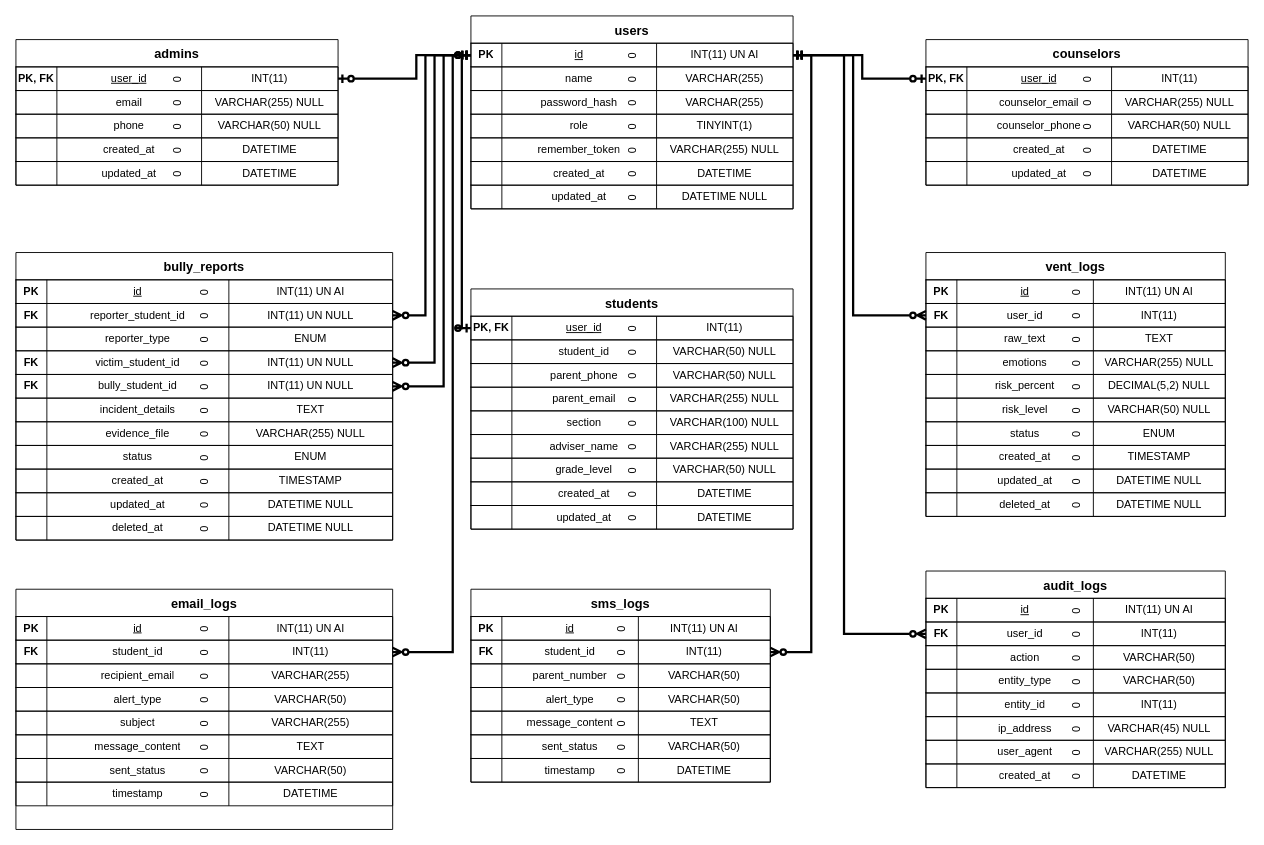
Before: docs/erd_diagram.drawio in CrayCray3000/StudentShield-SoftwareEngineering, a draw.io diagram. Source tidied: cells renumbered, new cells numbered last; positions are measured from the earlier drawing's top-left corner, leaving out a move shared by most shapes. Both pictures are drawn from the tidied source at 91%, with x=0, y=0 at pixel (15, 15).
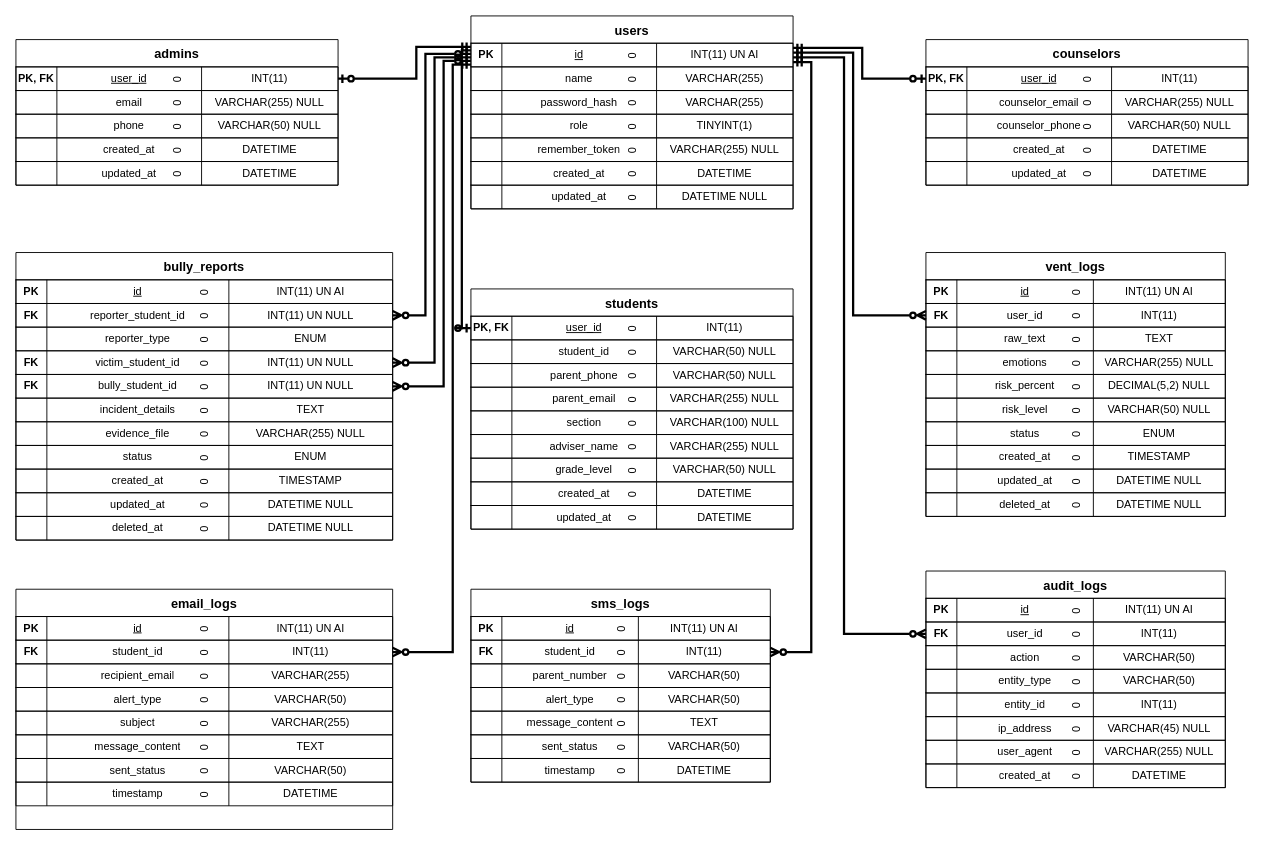
Above is the later version.

The change refers to these unchanged cells:
```xml
<mxCell id="3" value="0" style="shape=tableRow;horizontal=0;startSize=0;swimlaneHead=0;swimlaneBody=0;fillColor=none;points=[[0,0.5],[1,0.5]];portConstraint=eastwest;fontSize=12;strokeColor=inherit;" parent="2" vertex="1">
  <mxGeometry y="30" width="354" height="26" as="geometry" />
</mxCell>
<mxCell id="32" value="0" style="shape=tableRow;horizontal=0;startSize=0;swimlaneHead=0;swimlaneBody=0;fillColor=none;points=[[0,0.5],[1,0.5]];portConstraint=eastwest;fontSize=12;strokeColor=inherit;" parent="31" vertex="1">
  <mxGeometry y="30" width="354" height="26" as="geometry" />
</mxCell>
<mxCell id="69" value="0" style="shape=tableRow;horizontal=0;startSize=0;swimlaneHead=0;swimlaneBody=0;fillColor=none;points=[[0,0.5],[1,0.5]];portConstraint=eastwest;fontSize=12;strokeColor=inherit;" parent="68" vertex="1">
  <mxGeometry y="30" width="354" height="26" as="geometry" />
</mxCell>
<mxCell id="90" value="0" style="shape=tableRow;horizontal=0;startSize=0;swimlaneHead=0;swimlaneBody=0;fillColor=none;points=[[0,0.5],[1,0.5]];portConstraint=eastwest;fontSize=12;strokeColor=inherit;" parent="89" vertex="1">
  <mxGeometry y="30" width="354" height="26" as="geometry" />
</mxCell>
<mxCell id="115" value="0" style="shape=tableRow;horizontal=0;startSize=0;swimlaneHead=0;swimlaneBody=0;fillColor=none;points=[[0,0.5],[1,0.5]];portConstraint=eastwest;fontSize=12;strokeColor=inherit;" parent="110" vertex="1">
  <mxGeometry y="56" width="329" height="26" as="geometry" />
</mxCell>
<mxCell id="156" value="0" style="shape=tableRow;horizontal=0;startSize=0;swimlaneHead=0;swimlaneBody=0;fillColor=none;points=[[0,0.5],[1,0.5]];portConstraint=eastwest;fontSize=12;strokeColor=inherit;" parent="151" vertex="1">
  <mxGeometry y="56" width="329" height="26" as="geometry" />
</mxCell>
<mxCell id="189" value="0" style="shape=tableRow;horizontal=0;startSize=0;swimlaneHead=0;swimlaneBody=0;fillColor=none;points=[[0,0.5],[1,0.5]];portConstraint=eastwest;fontSize=12;strokeColor=inherit;" parent="184" vertex="1">
  <mxGeometry y="56" width="329" height="26" as="geometry" />
</mxCell>
<mxCell id="218" value="0" style="shape=tableRow;horizontal=0;startSize=0;swimlaneHead=0;swimlaneBody=0;fillColor=none;points=[[0,0.5],[1,0.5]];portConstraint=eastwest;fontSize=12;strokeColor=inherit;" parent="213" vertex="1">
  <mxGeometry y="56" width="414" height="26" as="geometry" />
</mxCell>
<mxCell id="226" value="0" style="shape=tableRow;horizontal=0;startSize=0;swimlaneHead=0;swimlaneBody=0;fillColor=none;points=[[0,0.5],[1,0.5]];portConstraint=eastwest;fontSize=12;strokeColor=inherit;" parent="213" vertex="1">
  <mxGeometry y="108" width="414" height="26" as="geometry" />
</mxCell>
<mxCell id="230" value="0" style="shape=tableRow;horizontal=0;startSize=0;swimlaneHead=0;swimlaneBody=0;fillColor=none;points=[[0,0.5],[1,0.5]];portConstraint=eastwest;fontSize=12;strokeColor=inherit;" parent="213" vertex="1">
  <mxGeometry y="134" width="414" height="26" as="geometry" />
</mxCell>
<mxCell id="263" value="0" style="shape=tableRow;horizontal=0;startSize=0;swimlaneHead=0;swimlaneBody=0;fillColor=none;points=[[0,0.5],[1,0.5]];portConstraint=eastwest;fontSize=12;strokeColor=inherit;" parent="258" vertex="1">
  <mxGeometry y="56" width="414" height="26" as="geometry" />
</mxCell>
```

The edit, as a diff of the source:
```diff
@@
-    <mxCell id="291" style="edgeStyle=orthogonalEdgeStyle;rounded=0;jettySize=auto;html=1;endArrow=ERzeroToOne;endFill=0;startArrow=ERmandOne;startFill=0;strokeColor=#000000;strokeWidth=2.5;exitX=0;exitY=0.5;exitDx=0;exitDy=0;exitPerimeter=0;entryX=0;entryY=0.5;entryDx=0;entryDy=0;entryPerimeter=0;" parent="1" edge="1" source="3" target="32">
+    <mxCell id="291" style="edgeStyle=orthogonalEdgeStyle;rounded=0;jettySize=auto;html=1;endArrow=ERzeroToOne;endFill=0;startArrow=ERmandOne;startFill=0;strokeColor=#000000;strokeWidth=2.5;exitX=0;exitY=0.3;exitDx=0;exitDy=0;exitPerimeter=0;entryX=0;entryY=0.5;entryDx=0;entryDy=0;entryPerimeter=0;" parent="1" edge="1" source="3" target="32">
       <mxGeometry relative="1" as="geometry">
         <Array as="points">
-          <mxPoint x="490" y="43" />
+          <mxPoint x="490" y="38" />
           <mxPoint x="490" y="343" />
         </Array>
       </mxGeometry>
     </mxCell>
-    <mxCell id="292" style="edgeStyle=orthogonalEdgeStyle;rounded=0;jettySize=auto;html=1;endArrow=ERzeroToOne;endFill=0;startArrow=ERmandOne;startFill=0;strokeColor=#000000;strokeWidth=2.5;exitX=1;exitY=0.5;exitDx=0;exitDy=0;exitPerimeter=0;entryX=0;entryY=0.5;entryDx=0;entryDy=0;entryPerimeter=0;" parent="1" edge="1" source="3" target="69">
+    <mxCell id="292" style="edgeStyle=orthogonalEdgeStyle;rounded=0;jettySize=auto;html=1;endArrow=ERzeroToOne;endFill=0;startArrow=ERmandOne;startFill=0;strokeColor=#000000;strokeWidth=2.5;exitX=1;exitY=0.2;exitDx=0;exitDy=0;exitPerimeter=0;entryX=0;entryY=0.5;entryDx=0;entryDy=0;entryPerimeter=0;" parent="1" edge="1" source="3" target="69">
       <mxGeometry relative="1" as="geometry">
         <Array as="points">
-          <mxPoint x="930" y="43" />
+          <mxPoint x="930" y="35" />
           <mxPoint x="930" y="69" />
         </Array>
       </mxGeometry>
     </mxCell>
-    <mxCell id="293" style="edgeStyle=orthogonalEdgeStyle;rounded=0;jettySize=auto;html=1;endArrow=ERzeroToOne;endFill=0;startArrow=ERmandOne;startFill=0;strokeColor=#000000;strokeWidth=2.5;exitX=0;exitY=0.5;exitDx=0;exitDy=0;exitPerimeter=0;entryX=1;entryY=0.5;entryDx=0;entryDy=0;entryPerimeter=0;" parent="1" edge="1" source="3" target="90">
+    <mxCell id="293" style="edgeStyle=orthogonalEdgeStyle;rounded=0;jettySize=auto;html=1;endArrow=ERzeroToOne;endFill=0;startArrow=ERmandOne;startFill=0;strokeColor=#000000;strokeWidth=2.5;exitX=0;exitY=0.15;exitDx=0;exitDy=0;exitPerimeter=0;entryX=1;entryY=0.5;entryDx=0;entryDy=0;entryPerimeter=0;" parent="1" edge="1" source="3" target="90">
       <mxGeometry relative="1" as="geometry">
         <Array as="points">
-          <mxPoint x="440" y="43" />
+          <mxPoint x="440" y="34" />
           <mxPoint x="440" y="69" />
         </Array>
       </mxGeometry>
     </mxCell>
-    <mxCell id="294" style="edgeStyle=orthogonalEdgeStyle;rounded=0;jettySize=auto;html=1;endArrow=ERzeroToMany;endFill=0;startArrow=ERmandOne;startFill=0;strokeColor=#000000;strokeWidth=2.5;exitX=1;exitY=0.5;exitDx=0;exitDy=0;exitPerimeter=0;entryX=0;entryY=0.5;entryDx=0;entryDy=0;entryPerimeter=0;" parent="1" edge="1" source="3" target="115">
+    <mxCell id="294" style="edgeStyle=orthogonalEdgeStyle;rounded=0;jettySize=auto;html=1;endArrow=ERzeroToMany;endFill=0;startArrow=ERmandOne;startFill=0;strokeColor=#000000;strokeWidth=2.5;exitX=1;exitY=0.4;exitDx=0;exitDy=0;exitPerimeter=0;entryX=0;entryY=0.5;entryDx=0;entryDy=0;entryPerimeter=0;" parent="1" edge="1" source="3" target="115">
       <mxGeometry relative="1" as="geometry">
         <Array as="points">
-          <mxPoint x="920" y="43" />
+          <mxPoint x="920" y="40" />
           <mxPoint x="920" y="329" />
         </Array>
       </mxGeometry>
     </mxCell>
-    <mxCell id="295" style="edgeStyle=orthogonalEdgeStyle;rounded=0;jettySize=auto;html=1;endArrow=ERzeroToMany;endFill=0;startArrow=ERmandOne;startFill=0;strokeColor=#000000;strokeWidth=2.5;exitX=1;exitY=0.5;exitDx=0;exitDy=0;exitPerimeter=0;entryX=0;entryY=0.5;entryDx=0;entryDy=0;entryPerimeter=0;" parent="1" edge="1" source="3" target="156">
+    <mxCell id="295" style="edgeStyle=orthogonalEdgeStyle;rounded=0;jettySize=auto;html=1;endArrow=ERzeroToMany;endFill=0;startArrow=ERmandOne;startFill=0;strokeColor=#000000;strokeWidth=2.5;exitX=1;exitY=0.6;exitDx=0;exitDy=0;exitPerimeter=0;entryX=0;entryY=0.5;entryDx=0;entryDy=0;entryPerimeter=0;" parent="1" edge="1" source="3" target="156">
       <mxGeometry relative="1" as="geometry">
         <Array as="points">
-          <mxPoint x="910" y="43" />
+          <mxPoint x="910" y="45" />
           <mxPoint x="910" y="679" />
         </Array>
       </mxGeometry>
     </mxCell>
-    <mxCell id="296" style="edgeStyle=orthogonalEdgeStyle;rounded=0;jettySize=auto;html=1;endArrow=ERzeroToMany;endFill=0;startArrow=ERmandOne;startFill=0;strokeColor=#000000;strokeWidth=2.5;exitX=1;exitY=0.5;exitDx=0;exitDy=0;exitPerimeter=0;entryX=1;entryY=0.5;entryDx=0;entryDy=0;entryPerimeter=0;" parent="1" edge="1" source="3" target="189">
+    <mxCell id="296" style="edgeStyle=orthogonalEdgeStyle;rounded=0;jettySize=auto;html=1;endArrow=ERzeroToMany;endFill=0;startArrow=ERmandOne;startFill=0;strokeColor=#000000;strokeWidth=2.5;exitX=1;exitY=0.8;exitDx=0;exitDy=0;exitPerimeter=0;entryX=1;entryY=0.5;entryDx=0;entryDy=0;entryPerimeter=0;" parent="1" edge="1" source="3" target="189">
       <mxGeometry relative="1" as="geometry">
         <Array as="points">
-          <mxPoint x="874" y="43" />
+          <mxPoint x="874" y="51" />
           <mxPoint x="874" y="699" />
         </Array>
       </mxGeometry>
     </mxCell>
-    <mxCell id="297" style="edgeStyle=orthogonalEdgeStyle;rounded=0;jettySize=auto;html=1;endArrow=ERzeroToMany;endFill=0;startArrow=ERzeroToOne;startFill=0;strokeColor=#000000;strokeWidth=2.5;exitX=0;exitY=0.5;exitDx=0;exitDy=0;exitPerimeter=0;entryX=1;entryY=0.5;entryDx=0;entryDy=0;entryPerimeter=0;" parent="1" edge="1" source="3" target="218">
+    <mxCell id="297" style="edgeStyle=orthogonalEdgeStyle;rounded=0;jettySize=auto;html=1;endArrow=ERzeroToMany;endFill=0;startArrow=ERzeroToOne;startFill=0;strokeColor=#000000;strokeWidth=2.5;exitX=0;exitY=0.45;exitDx=0;exitDy=0;exitPerimeter=0;entryX=1;entryY=0.5;entryDx=0;entryDy=0;entryPerimeter=0;" parent="1" edge="1" source="3" target="218">
       <mxGeometry relative="1" as="geometry">
         <Array as="points">
-          <mxPoint x="450" y="43" />
+          <mxPoint x="450" y="42" />
           <mxPoint x="450" y="329" />
         </Array>
       </mxGeometry>
     </mxCell>
-    <mxCell id="298" style="edgeStyle=orthogonalEdgeStyle;rounded=0;jettySize=auto;html=1;endArrow=ERzeroToMany;endFill=0;startArrow=ERzeroToOne;startFill=0;strokeColor=#000000;strokeWidth=2.5;exitX=0;exitY=0.5;exitDx=0;exitDy=0;exitPerimeter=0;entryX=1;entryY=0.5;entryDx=0;entryDy=0;entryPerimeter=0;" parent="1" edge="1" source="3" target="226">
+    <mxCell id="298" style="edgeStyle=orthogonalEdgeStyle;rounded=0;jettySize=auto;html=1;endArrow=ERzeroToMany;endFill=0;startArrow=ERzeroToOne;startFill=0;strokeColor=#000000;strokeWidth=2.5;exitX=0;exitY=0.6;exitDx=0;exitDy=0;exitPerimeter=0;entryX=1;entryY=0.5;entryDx=0;entryDy=0;entryPerimeter=0;" parent="1" edge="1" source="3" target="226">
       <mxGeometry relative="1" as="geometry">
         <Array as="points">
-          <mxPoint x="460" y="43" />
+          <mxPoint x="460" y="46" />
           <mxPoint x="460" y="381" />
         </Array>
       </mxGeometry>
     </mxCell>
-    <mxCell id="299" style="edgeStyle=orthogonalEdgeStyle;rounded=0;jettySize=auto;html=1;endArrow=ERzeroToMany;endFill=0;startArrow=ERzeroToOne;startFill=0;strokeColor=#000000;strokeWidth=2.5;exitX=0;exitY=0.5;exitDx=0;exitDy=0;exitPerimeter=0;entryX=1;entryY=0.5;entryDx=0;entryDy=0;entryPerimeter=0;" parent="1" edge="1" source="3" target="230">
+    <mxCell id="299" style="edgeStyle=orthogonalEdgeStyle;rounded=0;jettySize=auto;html=1;endArrow=ERzeroToMany;endFill=0;startArrow=ERzeroToOne;startFill=0;strokeColor=#000000;strokeWidth=2.5;exitX=0;exitY=0.75;exitDx=0;exitDy=0;exitPerimeter=0;entryX=1;entryY=0.5;entryDx=0;entryDy=0;entryPerimeter=0;" parent="1" edge="1" source="3" target="230">
       <mxGeometry relative="1" as="geometry">
         <Array as="points">
-          <mxPoint x="470" y="43" />
+          <mxPoint x="470" y="50" />
           <mxPoint x="470" y="407" />
         </Array>
       </mxGeometry>
     </mxCell>
-    <mxCell id="300" style="edgeStyle=orthogonalEdgeStyle;rounded=0;jettySize=auto;html=1;endArrow=ERzeroToMany;endFill=0;startArrow=ERmandOne;startFill=0;strokeColor=#000000;strokeWidth=2.5;exitX=0;exitY=0.5;exitDx=0;exitDy=0;exitPerimeter=0;entryX=1;entryY=0.5;entryDx=0;entryDy=0;entryPerimeter=0;" parent="1" edge="1" source="3" target="263">
+    <mxCell id="300" style="edgeStyle=orthogonalEdgeStyle;rounded=0;jettySize=auto;html=1;endArrow=ERzeroToMany;endFill=0;startArrow=ERmandOne;startFill=0;strokeColor=#000000;strokeWidth=2.5;exitX=0;exitY=0.9;exitDx=0;exitDy=0;exitPerimeter=0;entryX=1;entryY=0.5;entryDx=0;entryDy=0;entryPerimeter=0;" parent="1" edge="1" source="3" target="263">
       <mxGeometry relative="1" as="geometry">
         <Array as="points">
-          <mxPoint x="480" y="43" />
+          <mxPoint x="480" y="54" />
           <mxPoint x="480" y="699" />
         </Array>
       </mxGeometry>
     </mxCell>
```
